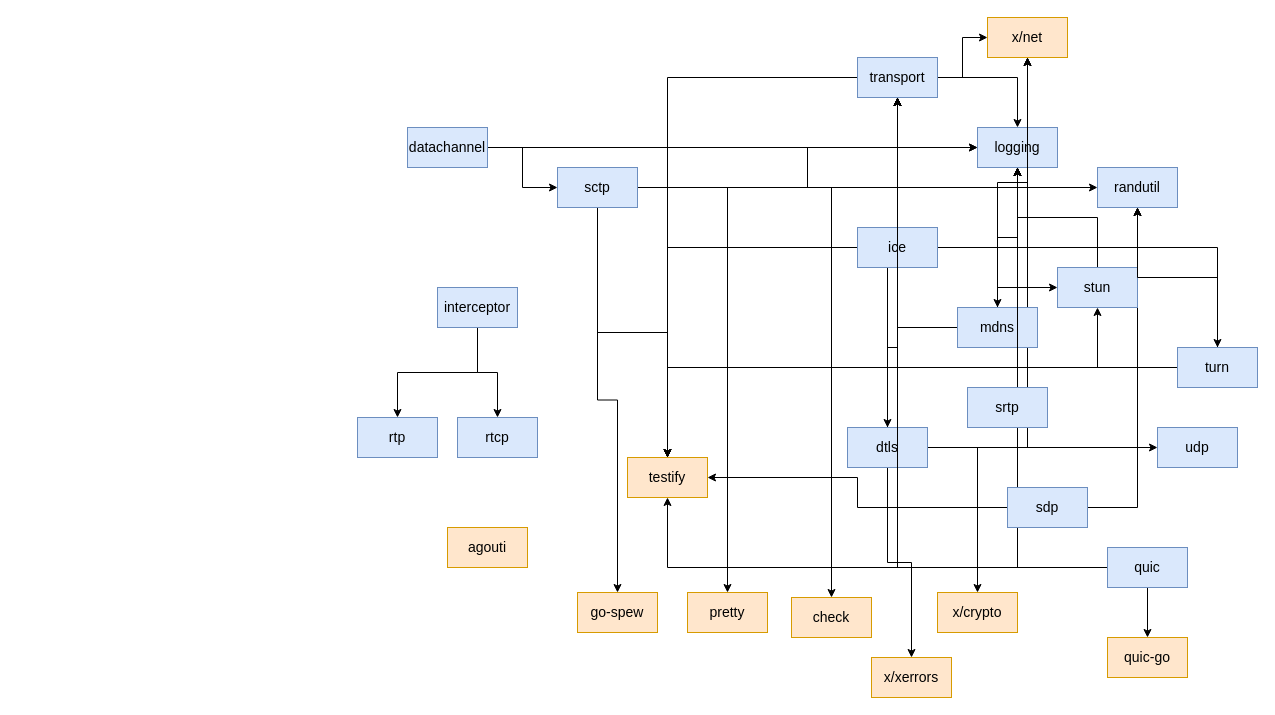
The draw.io diagram dep.drawio in 63isOK/pion-log, before the edit. Source tidied: cells renumbered, new cells numbered last; positions are measured from the earlier drawing's top-left corner, leaving out a move shared by most shapes. Both pictures are drawn from the tidied source at 100%, with x=0, y=0 at pixel (357, 17).
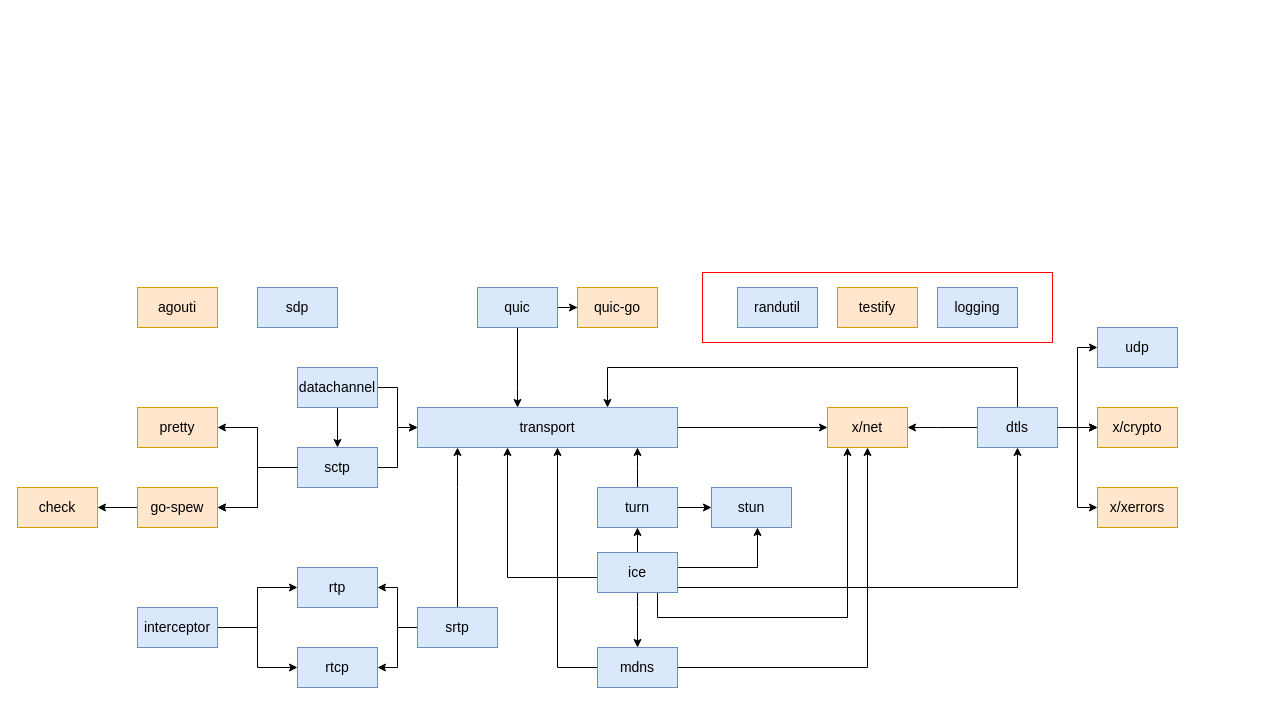
Above is the later version.

What changed in the source:
```diff
@@
+    <mxCell id="74" style="rounded=0;whiteSpace=wrap;html=1;fontSize=14;fillColor=none;strokeColor=#FF0000;" parent="1" vertex="1">
+      <mxGeometry x="345" y="255" width="350" height="70" as="geometry" />
+    </mxCell>
@@
-    <mxCell id="3" style="edgeStyle=orthogonalEdgeStyle;rounded=0;jettySize=auto;html=1;fontSize=14;" parent="1" edge="1" source="6" target="27">
-      <mxGeometry relative="1" as="geometry" />
-    </mxCell>
@@
-    <mxCell id="5" style="edgeStyle=orthogonalEdgeStyle;rounded=0;jettySize=auto;html=1;fontSize=14;" parent="1" edge="1" source="6" target="53">
-      <mxGeometry relative="1" as="geometry" />
-    </mxCell>
     <mxCell id="6" value="datachannel" style="rounded=0;whiteSpace=wrap;html=1;fontSize=14;fillColor=#dae8fc;strokeColor=#6c8ebf;" parent="1" vertex="1">
-      <mxGeometry x="50" y="110" width="80" height="40" as="geometry" />
+      <mxGeometry x="-60" y="350" width="80" height="40" as="geometry" />
     </mxCell>
-    <mxCell id="7" style="edgeStyle=orthogonalEdgeStyle;rounded=0;jettySize=auto;html=1;fontSize=14;" parent="1" edge="1" source="13" target="27">
-      <mxGeometry relative="1" as="geometry" />
-    </mxCell>
     <mxCell id="8" style="edgeStyle=orthogonalEdgeStyle;rounded=0;jettySize=auto;html=1;fontSize=14;" parent="1" edge="1" source="13" target="51">
-      <mxGeometry relative="1" as="geometry" />
+      <mxGeometry relative="1" as="geometry">
+        <Array as="points">
+          <mxPoint x="660" y="350" />
+          <mxPoint x="250" y="350" />
+        </Array>
+      </mxGeometry>
     </mxCell>
     <mxCell id="9" style="edgeStyle=orthogonalEdgeStyle;rounded=0;jettySize=auto;html=1;fontSize=14;" parent="1" edge="1" source="13" target="70">
-      <mxGeometry relative="1" as="geometry" />
+      <mxGeometry relative="1" as="geometry">
+        <Array as="points">
+          <mxPoint x="720" y="410" />
+          <mxPoint x="720" y="330" />
+        </Array>
+      </mxGeometry>
     </mxCell>
     <mxCell id="10" style="edgeStyle=orthogonalEdgeStyle;rounded=0;jettySize=auto;html=1;fontSize=14;" parent="1" edge="1" source="13" target="54">
-      <mxGeometry relative="1" as="geometry" />
+      <mxGeometry relative="1" as="geometry">
+        <Array as="points">
+          <mxPoint x="580" y="410" />
+          <mxPoint x="580" y="410" />
+        </Array>
+      </mxGeometry>
     </mxCell>
@@
     <mxCell id="12" style="edgeStyle=orthogonalEdgeStyle;rounded=0;jettySize=auto;html=1;fontSize=14;" parent="1" edge="1" source="13" target="71">
-      <mxGeometry relative="1" as="geometry" />
+      <mxGeometry relative="1" as="geometry">
+        <Array as="points">
+          <mxPoint x="720" y="410" />
+          <mxPoint x="720" y="490" />
+        </Array>
+      </mxGeometry>
     </mxCell>
     <mxCell id="13" value="dtls" style="rounded=0;whiteSpace=wrap;html=1;fontSize=14;fillColor=#dae8fc;strokeColor=#6c8ebf;" parent="1" vertex="1">
-      <mxGeometry x="490" y="410" width="80" height="40" as="geometry" />
+      <mxGeometry x="620" y="390" width="80" height="40" as="geometry" />
     </mxCell>
     <mxCell id="14" style="edgeStyle=orthogonalEdgeStyle;rounded=0;jettySize=auto;html=1;fontSize=14;" parent="1" edge="1" source="23" target="13">
-      <mxGeometry relative="1" as="geometry" />
+      <mxGeometry relative="1" as="geometry">
+        <Array as="points">
+          <mxPoint x="660" y="570" />
+        </Array>
+      </mxGeometry>
     </mxCell>
-    <mxCell id="15" style="edgeStyle=orthogonalEdgeStyle;rounded=0;jettySize=auto;html=1;fontSize=14;" parent="1" edge="1" source="23" target="27">
-      <mxGeometry relative="1" as="geometry" />
-    </mxCell>
-    <mxCell id="16" style="edgeStyle=orthogonalEdgeStyle;rounded=0;jettySize=auto;html=1;fontSize=14;" parent="1" edge="1" source="23" target="33">
-      <mxGeometry relative="1" as="geometry" />
-    </mxCell>
     <mxCell id="17" style="edgeStyle=orthogonalEdgeStyle;rounded=0;jettySize=auto;html=1;fontSize=14;" parent="1" edge="1" source="23" target="61">
-      <mxGeometry relative="1" as="geometry" />
+      <mxGeometry relative="1" as="geometry">
+        <Array as="points">
+          <mxPoint x="280" y="590" />
+          <mxPoint x="280" y="590" />
+        </Array>
+      </mxGeometry>
     </mxCell>
     <mxCell id="18" style="edgeStyle=orthogonalEdgeStyle;rounded=0;jettySize=auto;html=1;fontSize=14;" parent="1" edge="1" source="23" target="63">
-      <mxGeometry relative="1" as="geometry" />
+      <mxGeometry relative="1" as="geometry">
+        <Array as="points">
+          <mxPoint x="400" y="550" />
+        </Array>
+      </mxGeometry>
     </mxCell>
     <mxCell id="19" style="edgeStyle=orthogonalEdgeStyle;rounded=0;jettySize=auto;html=1;fontSize=14;" parent="1" edge="1" source="23" target="51">
-      <mxGeometry relative="1" as="geometry" />
+      <mxGeometry relative="1" as="geometry">
+        <Array as="points">
+          <mxPoint x="150" y="560" />
+        </Array>
+      </mxGeometry>
     </mxCell>
@@
-    <mxCell id="21" style="edgeStyle=orthogonalEdgeStyle;rounded=0;jettySize=auto;html=1;fontSize=14;" parent="1" edge="1" source="23" target="53">
-      <mxGeometry relative="1" as="geometry" />
-    </mxCell>
     <mxCell id="22" style="edgeStyle=orthogonalEdgeStyle;rounded=0;jettySize=auto;html=1;fontSize=14;" parent="1" edge="1" source="23" target="54">
-      <mxGeometry relative="1" as="geometry" />
+      <mxGeometry relative="1" as="geometry">
+        <Array as="points">
+          <mxPoint x="300" y="600" />
+          <mxPoint x="490" y="600" />
+        </Array>
+      </mxGeometry>
     </mxCell>
     <mxCell id="23" value="ice" style="rounded=0;whiteSpace=wrap;html=1;fontSize=14;fillColor=#dae8fc;strokeColor=#6c8ebf;" parent="1" vertex="1">
-      <mxGeometry x="500" y="210" width="80" height="40" as="geometry" />
+      <mxGeometry x="240" y="535" width="80" height="40" as="geometry" />
     </mxCell>
@@
     <mxCell id="26" value="interceptor" style="rounded=0;whiteSpace=wrap;html=1;fontSize=14;fillColor=#dae8fc;strokeColor=#6c8ebf;" parent="1" vertex="1">
-      <mxGeometry x="80" y="270" width="80" height="40" as="geometry" />
+      <mxGeometry x="-220" y="590" width="80" height="40" as="geometry" />
     </mxCell>
     <mxCell id="27" value="logging" style="rounded=0;whiteSpace=wrap;html=1;fontSize=14;fillColor=#dae8fc;strokeColor=#6c8ebf;" parent="1" vertex="1">
-      <mxGeometry x="620" y="110" width="80" height="40" as="geometry" />
+      <mxGeometry x="580" y="270" width="80" height="40" as="geometry" />
     </mxCell>
-    <mxCell id="28" style="edgeStyle=orthogonalEdgeStyle;rounded=0;jettySize=auto;html=1;fontSize=14;" parent="1" edge="1" source="32" target="27">
-      <mxGeometry relative="1" as="geometry" />
-    </mxCell>
     <mxCell id="29" style="edgeStyle=orthogonalEdgeStyle;rounded=0;jettySize=auto;html=1;fontSize=14;" parent="1" edge="1" source="32" target="51">
-      <mxGeometry relative="1" as="geometry" />
+      <mxGeometry relative="1" as="geometry">
+        <Array as="points">
+          <mxPoint x="160" y="370" />
+          <mxPoint x="160" y="370" />
+        </Array>
+      </mxGeometry>
     </mxCell>
-    <mxCell id="30" style="edgeStyle=orthogonalEdgeStyle;rounded=0;jettySize=auto;html=1;fontSize=14;" parent="1" edge="1" source="32" target="53">
-      <mxGeometry relative="1" as="geometry" />
-    </mxCell>
@@
     <mxCell id="32" value="quic" style="rounded=0;whiteSpace=wrap;html=1;fontSize=14;fillColor=#dae8fc;strokeColor=#6c8ebf;" parent="1" vertex="1">
-      <mxGeometry x="750" y="530" width="80" height="40" as="geometry" />
+      <mxGeometry x="120" y="270" width="80" height="40" as="geometry" />
     </mxCell>
     <mxCell id="33" value="randutil" style="rounded=0;whiteSpace=wrap;html=1;fontSize=14;fillColor=#dae8fc;strokeColor=#6c8ebf;" parent="1" vertex="1">
-      <mxGeometry x="740" y="150" width="80" height="40" as="geometry" />
+      <mxGeometry x="380" y="270" width="80" height="40" as="geometry" />
     </mxCell>
     <mxCell id="34" value="rtcp" style="rounded=0;whiteSpace=wrap;html=1;fontSize=14;fillColor=#dae8fc;strokeColor=#6c8ebf;" parent="1" vertex="1">
-      <mxGeometry x="100" y="400" width="80" height="40" as="geometry" />
+      <mxGeometry x="-60" y="630" width="80" height="40" as="geometry" />
     </mxCell>
     <mxCell id="35" value="rtp" style="rounded=0;whiteSpace=wrap;html=1;fontSize=14;fillColor=#dae8fc;strokeColor=#6c8ebf;" parent="1" vertex="1">
-      <mxGeometry y="400" width="80" height="40" as="geometry" />
+      <mxGeometry x="-60" y="550" width="80" height="40" as="geometry" />
     </mxCell>
-    <mxCell id="36" style="edgeStyle=orthogonalEdgeStyle;rounded=0;jettySize=auto;html=1;fontSize=14;" parent="1" edge="1" source="43" target="27">
-      <mxGeometry relative="1" as="geometry" />
-    </mxCell>
-    <mxCell id="37" style="edgeStyle=orthogonalEdgeStyle;rounded=0;jettySize=auto;html=1;fontSize=14;" parent="1" edge="1" source="43" target="33">
-      <mxGeometry relative="1" as="geometry" />
-    </mxCell>
@@
-    <mxCell id="39" style="edgeStyle=orthogonalEdgeStyle;rounded=0;jettySize=auto;html=1;fontSize=14;" parent="1" edge="1" source="43" target="53">
-      <mxGeometry relative="1" as="geometry" />
-    </mxCell>
@@
-    <mxCell id="42" style="edgeStyle=orthogonalEdgeStyle;rounded=0;jettySize=auto;html=1;fontSize=14;" parent="1" edge="1" source="43" target="57">
+    <mxCell id="42" style="edgeStyle=orthogonalEdgeStyle;rounded=0;jettySize=auto;html=1;fontSize=14;" parent="1" edge="1" source="55" target="57">
       <mxGeometry relative="1" as="geometry" />
     </mxCell>
     <mxCell id="43" value="sctp" style="rounded=0;whiteSpace=wrap;html=1;fontSize=14;fillColor=#dae8fc;strokeColor=#6c8ebf;" parent="1" vertex="1">
-      <mxGeometry x="200" y="150" width="80" height="40" as="geometry" />
+      <mxGeometry x="-60" y="430" width="80" height="40" as="geometry" />
     </mxCell>
-    <mxCell id="44" style="edgeStyle=orthogonalEdgeStyle;rounded=0;jettySize=auto;html=1;fontSize=14;" parent="1" edge="1" source="46" target="33">
-      <mxGeometry relative="1" as="geometry" />
-    </mxCell>
-    <mxCell id="45" style="edgeStyle=orthogonalEdgeStyle;rounded=0;jettySize=auto;html=1;fontSize=14;" parent="1" edge="1" source="46" target="53">
-      <mxGeometry relative="1" as="geometry" />
-    </mxCell>
     <mxCell id="46" value="sdp" style="rounded=0;whiteSpace=wrap;html=1;fontSize=14;fillColor=#dae8fc;strokeColor=#6c8ebf;" parent="1" vertex="1">
-      <mxGeometry x="650" y="470" width="80" height="40" as="geometry" />
+      <mxGeometry x="-100" y="270" width="80" height="40" as="geometry" />
     </mxCell>
+    <mxCell id="75" style="edgeStyle=orthogonalEdgeStyle;rounded=0;jettySize=auto;html=1;fontSize=14;" parent="1" edge="1" source="47" target="51">
+      <mxGeometry relative="1" as="geometry">
+        <Array as="points">
+          <mxPoint x="100" y="470" />
+          <mxPoint x="100" y="470" />
+        </Array>
+      </mxGeometry>
+    </mxCell>
+    <mxCell id="76" style="edgeStyle=orthogonalEdgeStyle;rounded=0;jettySize=auto;html=1;fontSize=14;" parent="1" edge="1" source="47" target="35">
+      <mxGeometry relative="1" as="geometry" />
+    </mxCell>
+    <mxCell id="77" style="edgeStyle=orthogonalEdgeStyle;rounded=0;jettySize=auto;html=1;fontSize=14;" parent="1" edge="1" source="47" target="34">
+      <mxGeometry relative="1" as="geometry" />
+    </mxCell>
     <mxCell id="47" value="srtp" style="rounded=0;whiteSpace=wrap;html=1;fontSize=14;fillColor=#dae8fc;strokeColor=#6c8ebf;" parent="1" vertex="1">
-      <mxGeometry x="610" y="370" width="80" height="40" as="geometry" />
+      <mxGeometry x="60" y="590" width="80" height="40" as="geometry" />
     </mxCell>
-    <mxCell id="48" style="edgeStyle=orthogonalEdgeStyle;rounded=0;jettySize=auto;html=1;fontSize=14;" parent="1" edge="1" source="51" target="27">
-      <mxGeometry relative="1" as="geometry" />
-    </mxCell>
-    <mxCell id="49" style="edgeStyle=orthogonalEdgeStyle;rounded=0;jettySize=auto;html=1;fontSize=14;" parent="1" edge="1" source="51" target="53">
-      <mxGeometry relative="1" as="geometry" />
-    </mxCell>
@@
     <mxCell id="51" value="transport" style="rounded=0;whiteSpace=wrap;html=1;fontSize=14;fillColor=#dae8fc;strokeColor=#6c8ebf;" parent="1" vertex="1">
-      <mxGeometry x="500" y="40" width="80" height="40" as="geometry" />
+      <mxGeometry x="60" y="390" width="260" height="40" as="geometry" />
     </mxCell>
     <mxCell id="52" value="agouti" style="rounded=0;whiteSpace=wrap;html=1;fontSize=14;fillColor=#ffe6cc;strokeColor=#d79b00;" parent="1" vertex="1">
-      <mxGeometry x="90" y="510" width="80" height="40" as="geometry" />
+      <mxGeometry x="-220" y="270" width="80" height="40" as="geometry" />
     </mxCell>
     <mxCell id="53" value="testify" style="rounded=0;whiteSpace=wrap;html=1;fontSize=14;fillColor=#ffe6cc;strokeColor=#d79b00;" parent="1" vertex="1">
-      <mxGeometry x="270" y="440" width="80" height="40" as="geometry" />
+      <mxGeometry x="480" y="270" width="80" height="40" as="geometry" />
     </mxCell>
     <mxCell id="54" value="x/net" style="rounded=0;whiteSpace=wrap;html=1;fontSize=14;fillColor=#ffe6cc;strokeColor=#d79b00;" parent="1" vertex="1">
-      <mxGeometry x="630" width="80" height="40" as="geometry" />
+      <mxGeometry x="470" y="390" width="80" height="40" as="geometry" />
     </mxCell>
-    <mxCell id="55" value="go-spew" style="rounded=0;whiteSpace=wrap;html=1;fontSize=14;fillColor=#ffe6cc;strokeColor=#d79b00;" parent="1" vertex="1">
-      <mxGeometry x="220" y="575" width="80" height="40" as="geometry" />
-    </mxCell>
     <mxCell id="56" value="pretty" style="rounded=0;whiteSpace=wrap;html=1;fontSize=14;fillColor=#ffe6cc;strokeColor=#d79b00;" parent="1" vertex="1">
-      <mxGeometry x="330" y="575" width="80" height="40" as="geometry" />
+      <mxGeometry x="-220" y="390" width="80" height="40" as="geometry" />
     </mxCell>
     <mxCell id="57" value="check" style="rounded=0;whiteSpace=wrap;html=1;fontSize=14;fillColor=#ffe6cc;strokeColor=#d79b00;" parent="1" vertex="1">
-      <mxGeometry x="434" y="580" width="80" height="40" as="geometry" />
+      <mxGeometry x="-340" y="470" width="80" height="40" as="geometry" />
     </mxCell>
-    <mxCell id="58" style="edgeStyle=orthogonalEdgeStyle;rounded=0;jettySize=auto;html=1;fontSize=14;" parent="1" edge="1" source="61" target="27">
-      <mxGeometry relative="1" as="geometry" />
-    </mxCell>
     <mxCell id="59" style="edgeStyle=orthogonalEdgeStyle;rounded=0;jettySize=auto;html=1;fontSize=14;" parent="1" edge="1" source="61" target="51">
-      <mxGeometry relative="1" as="geometry" />
+      <mxGeometry relative="1" as="geometry">
+        <Array as="points">
+          <mxPoint x="200" y="650" />
+        </Array>
+      </mxGeometry>
     </mxCell>
@@
     <mxCell id="61" value="mdns" style="rounded=0;whiteSpace=wrap;html=1;fontSize=14;fillColor=#dae8fc;strokeColor=#6c8ebf;" parent="1" vertex="1">
-      <mxGeometry x="600" y="290" width="80" height="40" as="geometry" />
+      <mxGeometry x="240" y="630" width="80" height="40" as="geometry" />
     </mxCell>
-    <mxCell id="62" style="edgeStyle=orthogonalEdgeStyle;rounded=0;jettySize=auto;html=1;fontSize=14;" parent="1" edge="1" source="63" target="27">
-      <mxGeometry relative="1" as="geometry" />
-    </mxCell>
     <mxCell id="63" value="stun" style="rounded=0;whiteSpace=wrap;html=1;fontSize=14;fillColor=#dae8fc;strokeColor=#6c8ebf;" parent="1" vertex="1">
-      <mxGeometry x="700" y="250" width="80" height="40" as="geometry" />
+      <mxGeometry x="354" y="470" width="80" height="40" as="geometry" />
     </mxCell>
-    <mxCell id="64" style="edgeStyle=orthogonalEdgeStyle;rounded=0;jettySize=auto;html=1;fontSize=14;" parent="1" edge="1" source="69" target="27">
-      <mxGeometry relative="1" as="geometry" />
-    </mxCell>
-    <mxCell id="65" style="edgeStyle=orthogonalEdgeStyle;rounded=0;jettySize=auto;html=1;fontSize=14;" parent="1" edge="1" source="69" target="33">
-      <mxGeometry relative="1" as="geometry" />
-    </mxCell>
@@
     <mxCell id="67" style="edgeStyle=orthogonalEdgeStyle;rounded=0;jettySize=auto;html=1;fontSize=14;" parent="1" edge="1" source="69" target="51">
-      <mxGeometry relative="1" as="geometry" />
+      <mxGeometry relative="1" as="geometry">
+        <Array as="points">
+          <mxPoint x="280" y="450" />
+          <mxPoint x="280" y="450" />
+        </Array>
+      </mxGeometry>
     </mxCell>
-    <mxCell id="68" style="edgeStyle=orthogonalEdgeStyle;rounded=0;jettySize=auto;html=1;fontSize=14;" parent="1" edge="1" source="69" target="53">
-      <mxGeometry relative="1" as="geometry" />
-    </mxCell>
     <mxCell id="69" value="turn" style="rounded=0;whiteSpace=wrap;html=1;fontSize=14;fillColor=#dae8fc;strokeColor=#6c8ebf;" parent="1" vertex="1">
-      <mxGeometry x="820" y="330" width="80" height="40" as="geometry" />
+      <mxGeometry x="240" y="470" width="80" height="40" as="geometry" />
     </mxCell>
     <mxCell id="70" value="udp" style="rounded=0;whiteSpace=wrap;html=1;fontSize=14;fillColor=#dae8fc;strokeColor=#6c8ebf;" parent="1" vertex="1">
-      <mxGeometry x="800" y="410" width="80" height="40" as="geometry" />
+      <mxGeometry x="740" y="310" width="80" height="40" as="geometry" />
     </mxCell>
     <mxCell id="71" value="x/xerrors" style="rounded=0;whiteSpace=wrap;html=1;fontSize=14;fillColor=#ffe6cc;strokeColor=#d79b00;" parent="1" vertex="1">
-      <mxGeometry x="514" y="640" width="80" height="40" as="geometry" />
+      <mxGeometry x="740" y="470" width="80" height="40" as="geometry" />
     </mxCell>
+    <mxCell id="73" value="quic-go" style="rounded=0;whiteSpace=wrap;html=1;fontSize=14;fillColor=#ffe6cc;strokeColor=#d79b00;" parent="1" vertex="1">
+      <mxGeometry x="220" y="270" width="80" height="40" as="geometry" />
+    </mxCell>
+    <mxCell id="55" value="go-spew" style="rounded=0;whiteSpace=wrap;html=1;fontSize=14;fillColor=#ffe6cc;strokeColor=#d79b00;" parent="1" vertex="1">
+      <mxGeometry x="-220" y="470" width="80" height="40" as="geometry" />
+    </mxCell>
+    <mxCell id="78" style="edgeStyle=orthogonalEdgeStyle;rounded=0;jettySize=auto;html=1;fontSize=14;" parent="1" edge="1" source="43" target="55">
+      <mxGeometry relative="1" as="geometry" />
+    </mxCell>
+    <mxCell id="79" style="edgeStyle=orthogonalEdgeStyle;rounded=0;jettySize=auto;html=1;fontSize=14;" parent="1" edge="1" source="13" target="72">
+      <mxGeometry relative="1" as="geometry" />
+    </mxCell>
     <mxCell id="72" value="x/crypto" style="rounded=0;whiteSpace=wrap;html=1;fontSize=14;fillColor=#ffe6cc;strokeColor=#d79b00;" parent="1" vertex="1">
-      <mxGeometry x="580" y="575" width="80" height="40" as="geometry" />
+      <mxGeometry x="740" y="390" width="80" height="40" as="geometry" />
     </mxCell>
-    <mxCell id="73" value="quic-go" style="rounded=0;whiteSpace=wrap;html=1;fontSize=14;fillColor=#ffe6cc;strokeColor=#d79b00;" parent="1" vertex="1">
-      <mxGeometry x="750" y="620" width="80" height="40" as="geometry" />
-    </mxCell>
+    <mxCell id="80" style="edgeStyle=orthogonalEdgeStyle;rounded=0;jettySize=auto;html=1;fontSize=14;" parent="1" edge="1" source="13" target="72">
+      <mxGeometry relative="1" as="geometry" />
+    </mxCell>
```
